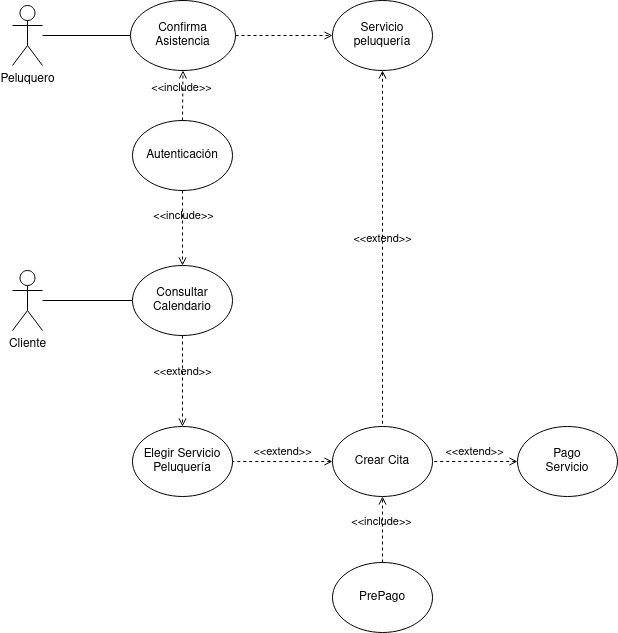
The draw.io diagram doc/img/CasosUso.drawio.png in colidom/proyecto-ets, before a commit. Source tidied: cells renumbered, new cells last; positions are measured from the earlier drawing's top-left corner, leaving out a move shared by most shapes.
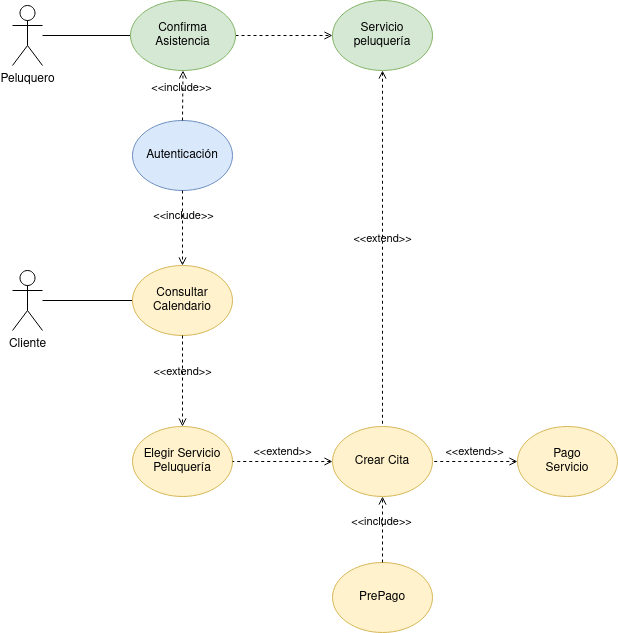
Later version of the same file.

What changed in the source:
```diff
@@ -8,19 +8,19 @@
     <mxCell id="3" value="Cliente" style="shape=umlActor;verticalLabelPosition=bottom;verticalAlign=top;html=1;outlineConnect=0;" parent="1" vertex="1">
       <mxGeometry y="270" width="30" height="60" as="geometry" />
     </mxCell>
-    <mxCell id="4" value="Autenticación" style="ellipse;whiteSpace=wrap;html=1;" parent="1" vertex="1">
+    <mxCell id="4" value="Autenticación" style="ellipse;whiteSpace=wrap;html=1;fillColor=#dae8fc;strokeColor=#6c8ebf;" parent="1" vertex="1">
       <mxGeometry x="120" y="120" width="100" height="70" as="geometry" />
     </mxCell>
-    <mxCell id="5" value="&lt;div&gt;Consultar&lt;/div&gt;&lt;div&gt;Calendario&lt;br&gt;&lt;/div&gt;" style="ellipse;whiteSpace=wrap;html=1;" parent="1" vertex="1">
+    <mxCell id="5" value="&lt;div&gt;Consultar&lt;/div&gt;&lt;div&gt;Calendario&lt;br&gt;&lt;/div&gt;" style="ellipse;whiteSpace=wrap;html=1;fillColor=#fff2cc;strokeColor=#d6b656;" parent="1" vertex="1">
       <mxGeometry x="120" y="265" width="100" height="70" as="geometry" />
     </mxCell>
-    <mxCell id="6" value="Elegir Servicio Peluquería" style="ellipse;whiteSpace=wrap;html=1;" parent="1" vertex="1">
+    <mxCell id="6" value="Elegir Servicio Peluquería" style="ellipse;whiteSpace=wrap;html=1;fillColor=#fff2cc;strokeColor=#d6b656;" parent="1" vertex="1">
       <mxGeometry x="120" y="426" width="100" height="70" as="geometry" />
     </mxCell>
-    <mxCell id="7" value="Crear Cita" style="ellipse;whiteSpace=wrap;html=1;" parent="1" vertex="1">
+    <mxCell id="7" value="Crear Cita" style="ellipse;whiteSpace=wrap;html=1;fillColor=#fff2cc;strokeColor=#d6b656;" parent="1" vertex="1">
       <mxGeometry x="320" y="426" width="100" height="70" as="geometry" />
     </mxCell>
-    <mxCell id="8" value="PrePago" style="ellipse;whiteSpace=wrap;html=1;" parent="1" vertex="1">
+    <mxCell id="8" value="PrePago" style="ellipse;whiteSpace=wrap;html=1;fillColor=#fff2cc;strokeColor=#d6b656;" parent="1" vertex="1">
       <mxGeometry x="320" y="562" width="100" height="70" as="geometry" />
     </mxCell>
     <mxCell id="9" value="&amp;lt;&amp;lt;include&amp;gt;&amp;gt;" style="html=1;verticalAlign=bottom;labelBackgroundColor=none;endArrow=open;endFill=0;dashed=1;rounded=0;entryX=0.5;entryY=0;entryDx=0;entryDy=0;exitX=0.5;exitY=1;exitDx=0;exitDy=0;" parent="1" edge="1" source="4" target="5">
@@ -35,13 +35,13 @@
     <mxCell id="12" value="&amp;lt;&amp;lt;include&amp;gt;&amp;gt;" style="html=1;verticalAlign=bottom;labelBackgroundColor=none;endArrow=open;endFill=0;dashed=1;rounded=0;entryX=0.5;entryY=1;entryDx=0;entryDy=0;exitX=0.5;exitY=0;exitDx=0;exitDy=0;" parent="1" edge="1" source="8" target="7">
       <mxGeometry x="-0.06" y="1" relative="1" as="geometry" />
     </mxCell>
-    <mxCell id="13" value="&lt;div&gt;Servicio&lt;/div&gt;&lt;div&gt;peluquería&lt;br&gt;&lt;/div&gt;" style="ellipse;whiteSpace=wrap;html=1;" parent="1" vertex="1">
+    <mxCell id="13" value="&lt;div&gt;Servicio&lt;/div&gt;&lt;div&gt;peluquería&lt;br&gt;&lt;/div&gt;" style="ellipse;whiteSpace=wrap;html=1;fillColor=#d5e8d4;strokeColor=#82b366;" parent="1" vertex="1">
       <mxGeometry x="320" width="100" height="70" as="geometry" />
     </mxCell>
     <mxCell id="14" value="&amp;lt;&amp;lt;extend&amp;gt;&amp;gt;" style="html=1;verticalAlign=bottom;labelBackgroundColor=none;endArrow=none;endFill=0;dashed=1;rounded=0;entryX=1;entryY=0.5;entryDx=0;entryDy=0;startArrow=open;startFill=0;exitX=0;exitY=0.5;exitDx=0;exitDy=0;" parent="1" edge="1" source="15" target="7">
       <mxGeometry relative="1" as="geometry" />
     </mxCell>
-    <mxCell id="15" value="&lt;div&gt;Pago&lt;br&gt;&lt;/div&gt;&lt;div&gt;Servicio&lt;/div&gt;" style="ellipse;whiteSpace=wrap;html=1;" parent="1" vertex="1">
+    <mxCell id="15" value="&lt;div&gt;Pago&lt;br&gt;&lt;/div&gt;&lt;div&gt;Servicio&lt;/div&gt;" style="ellipse;whiteSpace=wrap;html=1;fillColor=#fff2cc;strokeColor=#d6b656;" parent="1" vertex="1">
       <mxGeometry x="505" y="426" width="100" height="70" as="geometry" />
     </mxCell>
     <mxCell id="16" value="Peluquero" style="shape=umlActor;verticalLabelPosition=bottom;verticalAlign=top;html=1;outlineConnect=0;" parent="1" vertex="1">
@@ -53,7 +53,7 @@
     <mxCell id="18" style="edgeStyle=orthogonalEdgeStyle;rounded=0;jettySize=auto;html=1;dashed=1;endArrow=open;endFill=0;" parent="1" edge="1" source="19" target="13">
       <mxGeometry relative="1" as="geometry" />
     </mxCell>
-    <mxCell id="19" value="Confirma Asistencia" style="ellipse;whiteSpace=wrap;html=1;" parent="1" vertex="1">
+    <mxCell id="19" value="Confirma Asistencia" style="ellipse;whiteSpace=wrap;html=1;fillColor=#d5e8d4;strokeColor=#82b366;" parent="1" vertex="1">
       <mxGeometry x="118" width="105" height="70" as="geometry" />
     </mxCell>
     <mxCell id="20" value="&amp;lt;&amp;lt;extend&amp;gt;&amp;gt;" style="html=1;verticalAlign=bottom;labelBackgroundColor=none;endArrow=none;endFill=0;dashed=1;rounded=0;entryX=0.5;entryY=0;entryDx=0;entryDy=0;startArrow=open;startFill=0;exitX=0.5;exitY=1;exitDx=0;exitDy=0;" parent="1" edge="1" source="13" target="7">
```
